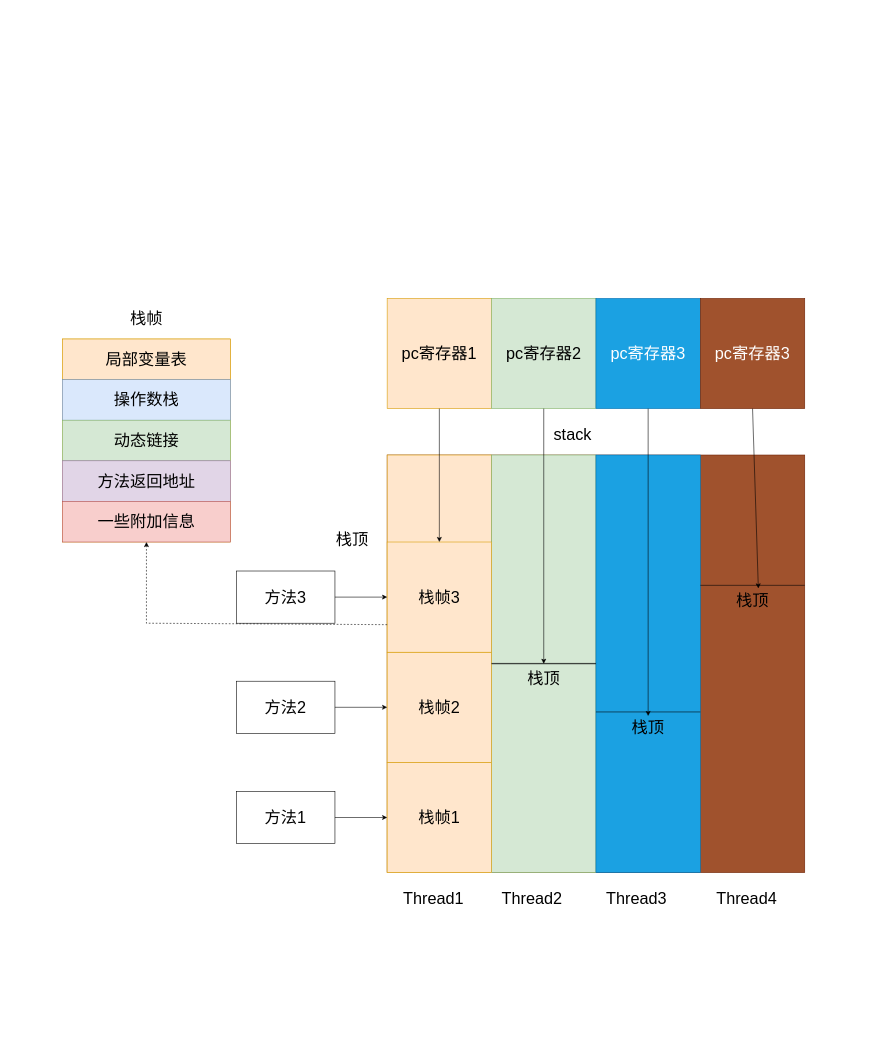
ruoshuisq/jvm keeps this draw.io diagram as com/stephen/jvm/learn/stack.drawio. Above is the earlier version. Source tidied: cells renumbered, new cells numbered last; positions are measured from the earlier drawing's top-left corner, leaving out a move shared by most shapes. Both pictures are drawn from the tidied source at 58%, with x=0, y=0 at pixel (62, 298).
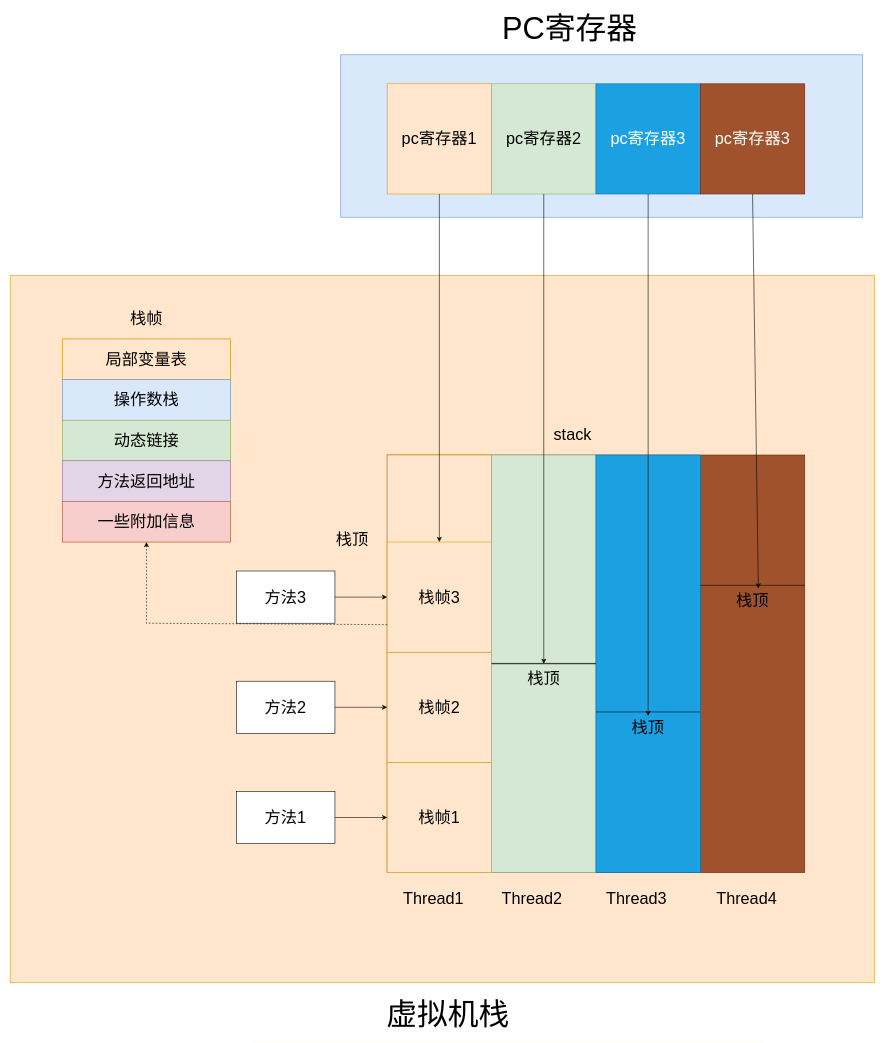
The same diagram, later.

Diff of the diagram source:
```diff
@@
+    <mxCell id="44" style="rounded=0;whiteSpace=wrap;html=1;shadow=0;glass=0;fillStyle=auto;fontSize=53;strokeWidth=1;fillColor=#dae8fc;strokeColor=#6c8ebf;" parent="1" vertex="1">
+      <mxGeometry x="480" y="-420" width="900" height="280" as="geometry" />
+    </mxCell>
+    <mxCell id="45" style="rounded=0;whiteSpace=wrap;html=1;fillStyle=auto;fontSize=28;fillColor=#ffe6cc;strokeColor=#d79b00;glass=0;shadow=0;" parent="1" vertex="1">
+      <mxGeometry x="-90" y="-40" width="1490" height="1220" as="geometry" />
+    </mxCell>
@@
     <mxCell id="15" value="pc寄存器1" style="rounded=0;whiteSpace=wrap;html=1;fontSize=28;fillColor=#ffe6cc;strokeColor=#d79b00;" parent="1" vertex="1">
-      <mxGeometry x="560" width="180" height="190" as="geometry" />
+      <mxGeometry x="560" y="-370" width="180" height="190" as="geometry" />
     </mxCell>
     <mxCell id="16" value="pc寄存器2" style="rounded=0;whiteSpace=wrap;html=1;fontSize=28;fillColor=#d5e8d4;strokeColor=#82b366;" parent="1" vertex="1">
-      <mxGeometry x="740" width="180" height="190" as="geometry" />
+      <mxGeometry x="740" y="-370" width="180" height="190" as="geometry" />
     </mxCell>
     <mxCell id="17" value="pc寄存器3" style="rounded=0;whiteSpace=wrap;html=1;fontSize=28;fillColor=#1ba1e2;fontColor=#ffffff;strokeColor=#006EAF;" parent="1" vertex="1">
-      <mxGeometry x="920" width="180" height="190" as="geometry" />
+      <mxGeometry x="920" y="-370" width="180" height="190" as="geometry" />
     </mxCell>
     <mxCell id="18" value="pc寄存器3" style="rounded=0;whiteSpace=wrap;html=1;fontSize=28;fillColor=#a0522d;fontColor=#ffffff;strokeColor=#6D1F00;" parent="1" vertex="1">
-      <mxGeometry x="1100" width="180" height="190" as="geometry" />
+      <mxGeometry x="1100" y="-370" width="180" height="190" as="geometry" />
     </mxCell>
@@
+    <mxCell id="46" value="&lt;font style=&quot;font-size: 53px;&quot;&gt;虚拟机栈&lt;/font&gt;" style="text;html=1;strokeColor=none;fillColor=none;align=center;verticalAlign=middle;whiteSpace=wrap;rounded=0;fillStyle=auto;fontSize=28;strokeWidth=1;" parent="1" vertex="1">
+      <mxGeometry x="520" y="1220" width="290" height="30" as="geometry" />
+    </mxCell>
+    <mxCell id="47" value="PC寄存器" style="text;html=1;strokeColor=none;fillColor=none;align=center;verticalAlign=middle;whiteSpace=wrap;rounded=0;shadow=0;glass=0;fillStyle=auto;fontSize=53;" parent="1" vertex="1">
+      <mxGeometry x="730" y="-480" width="290" height="30" as="geometry" />
+    </mxCell>
```
